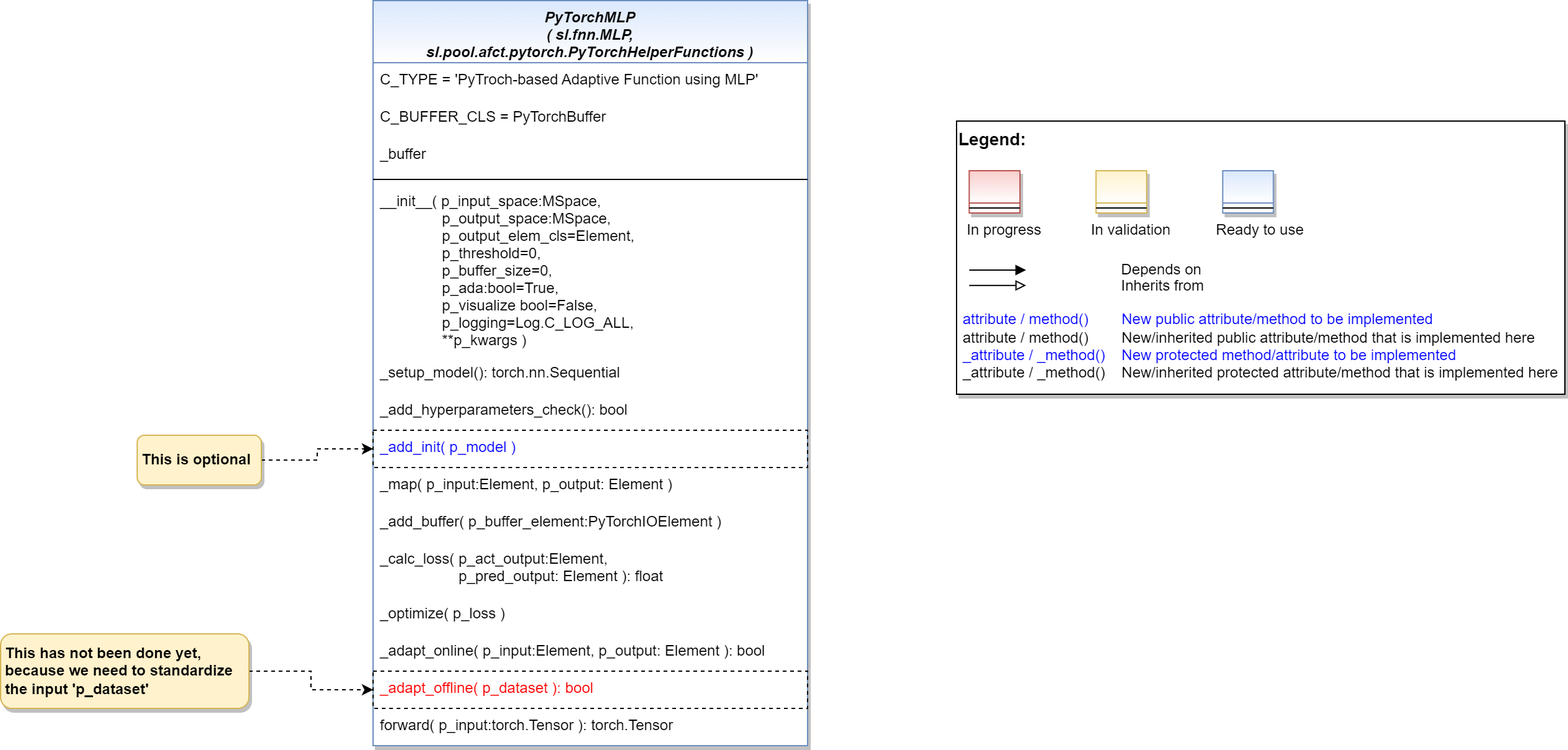
The draw.io diagram doc/rtd/content/04_appendices/appendix2/sub/pool/mlpro_sl/afct/images/MLPro-SL-pool-afct-fnn-pytorch_class_diagram.drawio.png in fhswf/MLPro, before a commit. Source tidied: cells renumbered, new cells last; positions are measured from the earlier drawing's top-left corner, leaving out a move shared by most shapes. Source of this version:
```xml
<mxGraphModel>
  <root>
    <mxCell id="0" />
    <mxCell id="1" parent="0" />
    <mxCell id="2" style="group;" parent="1" vertex="1">
      <mxGeometry x="770" y="97" width="490" height="220" as="geometry" />
    </mxCell>
    <mxCell id="3" value="&lt;font color=&quot;#000000&quot; size=&quot;1&quot;&gt;&lt;b style=&quot;font-size: 14px&quot;&gt;Legend:&lt;br&gt;&lt;/b&gt;&lt;/font&gt;&lt;br&gt;&lt;br&gt;&lt;br&gt;&lt;font color=&quot;#0000ff&quot; style=&quot;font-size: 6px&quot;&gt;&lt;br&gt;&lt;/font&gt;&lt;span style=&quot;color: rgb(0 , 0 , 0)&quot;&gt;&lt;font style=&quot;font-size: 4px&quot;&gt;&amp;nbsp; &amp;nbsp;&lt;/font&gt;&amp;nbsp;In progress&amp;nbsp; &amp;nbsp; &amp;nbsp; &amp;nbsp; &amp;nbsp; &amp;nbsp; In validation&amp;nbsp; &amp;nbsp; &amp;nbsp; &amp;nbsp; &amp;nbsp; &amp;nbsp;Ready to use&lt;/span&gt;&lt;font color=&quot;#000000&quot;&gt;&amp;nbsp;&lt;br&gt;&lt;/font&gt;&lt;font color=&quot;#0000ff&quot;&gt;&lt;br&gt;&lt;br&gt;&lt;br&gt;&lt;br&gt;&amp;nbsp;attribute / method()&amp;nbsp; &amp;nbsp; &amp;nbsp; &amp;nbsp; New public attribute/method to be implemented&lt;/font&gt;&lt;br&gt;&lt;font color=&quot;#000000&quot;&gt;&amp;nbsp;&lt;/font&gt;&lt;font color=&quot;#000000&quot;&gt;attribute / method()&lt;span&gt;&#9;&lt;/span&gt;&amp;nbsp; &amp;nbsp; &amp;nbsp; &amp;nbsp;New/inherited public attribute/method that is implemented here&lt;br&gt;&lt;/font&gt;&lt;font color=&quot;#0000ff&quot;&gt;&amp;nbsp;_attribute /&amp;nbsp;&lt;/font&gt;&lt;font color=&quot;#0000ff&quot;&gt;_method()&amp;nbsp; &amp;nbsp; New protected method/attribute to be implemented&lt;/font&gt;&lt;br&gt;&lt;font color=&quot;#000000&quot;&gt;&amp;nbsp;_attribute / _method()&amp;nbsp; &amp;nbsp; New/inherited protected attribute/method that is implemented here&lt;br&gt;&lt;/font&gt;&lt;font color=&quot;#000000&quot;&gt;&lt;br&gt;&lt;br&gt;&lt;br&gt;&lt;br&gt;&lt;br&gt;&lt;/font&gt;" style="text;html=1;align=left;verticalAlign=top;whiteSpace=wrap;rounded=0;fontColor=#006600;strokeColor=#000000;shadow=1;fillColor=#ffffff;" parent="2" vertex="1">
      <mxGeometry width="490" height="220" as="geometry" />
    </mxCell>
    <mxCell id="4" value="Depends on" style="endArrow=block;html=1;labelPosition=right;verticalLabelPosition=middle;align=left;verticalAlign=middle;endFill=1;fontSize=12;" parent="2" edge="1">
      <mxGeometry x="-1623.1" y="-2180" as="geometry">
        <mxPoint x="10.2" y="120" as="sourcePoint" />
        <mxPoint x="56" y="120" as="targetPoint" />
        <Array as="points">
          <mxPoint x="30.6" y="120" />
        </Array>
        <mxPoint x="98" as="offset" />
      </mxGeometry>
    </mxCell>
    <mxCell id="5" value="Inherits from" style="endArrow=block;html=1;labelPosition=right;verticalLabelPosition=middle;align=left;verticalAlign=middle;endFill=0;fontSize=12;" parent="2" edge="1">
      <mxGeometry x="-1623.1" y="-2180" as="geometry">
        <mxPoint x="10.2" y="132.4" as="sourcePoint" />
        <mxPoint x="56" y="132.4" as="targetPoint" />
        <mxPoint x="98" y="1" as="offset" />
      </mxGeometry>
    </mxCell>
    <mxCell id="6" style="swimlane;fontStyle=3;align=center;verticalAlign=top;horizontal=1;startSize=26;rounded=0;shadow=1;strokeWidth=1;fillColor=#f8cecc;strokeColor=#b85450;gradientColor=#ffffff;swimlaneFillColor=#ffffff;" parent="2" vertex="1">
      <mxGeometry x="10.2" y="40" width="40.8" height="34" as="geometry" />
    </mxCell>
    <mxCell id="7" style="line;html=1;strokeWidth=1;align=left;verticalAlign=middle;spacingTop=-1;spacingLeft=3;spacingRight=3;labelPosition=right;" parent="6" vertex="1">
      <mxGeometry y="26" width="40.8" height="8" as="geometry" />
    </mxCell>
    <mxCell id="8" style="swimlane;fontStyle=3;align=center;verticalAlign=top;horizontal=1;startSize=26;rounded=0;shadow=1;strokeWidth=1;fillColor=#fff2cc;strokeColor=#d6b656;gradientColor=#ffffff;swimlaneFillColor=#ffffff;" parent="2" vertex="1">
      <mxGeometry x="112.3" y="40" width="40.8" height="34" as="geometry" />
    </mxCell>
    <mxCell id="9" style="line;html=1;strokeWidth=1;align=left;verticalAlign=middle;spacingTop=-1;spacingLeft=3;spacingRight=3;labelPosition=right;" parent="8" vertex="1">
      <mxGeometry y="26" width="40.8" height="8" as="geometry" />
    </mxCell>
    <mxCell id="10" style="swimlane;fontStyle=3;align=center;verticalAlign=top;horizontal=1;startSize=26;rounded=0;shadow=1;strokeWidth=1;fillColor=#dae8fc;strokeColor=#6c8ebf;gradientColor=#ffffff;swimlaneFillColor=#ffffff;" parent="2" vertex="1">
      <mxGeometry x="214.4" y="40" width="40.8" height="34" as="geometry" />
    </mxCell>
    <mxCell id="11" style="line;html=1;strokeWidth=1;align=left;verticalAlign=middle;spacingTop=-1;spacingLeft=3;spacingRight=3;labelPosition=right;" parent="10" vertex="1">
      <mxGeometry y="26" width="40.8" height="8" as="geometry" />
    </mxCell>
    <mxCell id="12" value="PyTorchMLP&#10;( sl.fnn.MLP,&#10;sl.pool.afct.pytorch.PyTorchHelperFunctions )" style="swimlane;fontStyle=3;align=center;verticalAlign=top;horizontal=1;startSize=50;rounded=0;shadow=1;strokeWidth=1;fillColor=#dae8fc;strokeColor=#6c8ebf;swimlaneFillColor=#ffffff;gradientColor=#FFFFFF;" parent="1" vertex="1">
      <mxGeometry x="300" width="350" height="600" as="geometry" />
    </mxCell>
    <mxCell id="13" value="C_TYPE = 'PyTroch-based Adaptive Function using MLP'" style="text;align=left;verticalAlign=top;spacingLeft=4;spacingRight=4;overflow=hidden;fontColor=#000000;" parent="12" vertex="1">
      <mxGeometry y="50" width="350" height="30" as="geometry" />
    </mxCell>
    <mxCell id="14" value="C_BUFFER_CLS = PyTorchBuffer" style="text;align=left;verticalAlign=top;spacingLeft=4;spacingRight=4;overflow=hidden;fontColor=#000000;" parent="12" vertex="1">
      <mxGeometry y="80" width="350" height="30" as="geometry" />
    </mxCell>
    <mxCell id="15" value="_buffer" style="text;align=left;verticalAlign=top;spacingLeft=4;spacingRight=4;overflow=hidden;fontColor=#000000;" parent="12" vertex="1">
      <mxGeometry y="110" width="350" height="30" as="geometry" />
    </mxCell>
    <mxCell id="16" style="line;html=1;strokeWidth=1;align=left;verticalAlign=middle;spacingTop=-1;spacingLeft=3;spacingRight=3;labelPosition=right;" parent="12" vertex="1">
      <mxGeometry y="140" width="350" height="8" as="geometry" />
    </mxCell>
    <mxCell id="17" value="__init__( p_input_space:MSpace,&#10;               p_output_space:MSpace,&#10;               p_output_elem_cls=Element,&#10;               p_threshold=0,&#10;               p_buffer_size=0,&#10;               p_ada:bool=True, &#10;               p_visualize bool=False,&#10;               p_logging=Log.C_LOG_ALL,&#10;               **p_kwargs )" style="text;align=left;verticalAlign=top;spacingLeft=4;spacingRight=4;overflow=hidden;" parent="12" vertex="1">
      <mxGeometry y="148" width="350" height="138" as="geometry" />
    </mxCell>
    <mxCell id="18" value="_setup_model(): torch.nn.Sequential" style="text;align=left;verticalAlign=top;spacingLeft=4;spacingRight=4;overflow=hidden;fontColor=#000000;" parent="12" vertex="1">
      <mxGeometry y="286" width="350" height="30" as="geometry" />
    </mxCell>
    <mxCell id="19" value="_add_hyperparameters_check(): bool" style="text;align=left;verticalAlign=top;spacingLeft=4;spacingRight=4;overflow=hidden;fontColor=#000000;" parent="12" vertex="1">
      <mxGeometry y="316" width="350" height="30" as="geometry" />
    </mxCell>
    <mxCell id="20" value="_add_init( p_model )" style="text;align=left;verticalAlign=top;spacingLeft=4;spacingRight=4;overflow=hidden;points=[[0,0.5],[1,0.5]];portConstraint=eastwest;fontColor=#0000FF;strokeColor=default;dashed=1;" parent="12" vertex="1">
      <mxGeometry y="346" width="350" height="30" as="geometry" />
    </mxCell>
    <mxCell id="21" value="_map( p_input:Element, p_output: Element )" style="text;align=left;verticalAlign=top;spacingLeft=4;spacingRight=4;overflow=hidden;fontColor=#000000;" parent="12" vertex="1">
      <mxGeometry y="376" width="350" height="30" as="geometry" />
    </mxCell>
    <mxCell id="22" value="_add_buffer( p_buffer_element:PyTorchIOElement )" style="text;align=left;verticalAlign=top;spacingLeft=4;spacingRight=4;overflow=hidden;fontColor=#000000;" parent="12" vertex="1">
      <mxGeometry y="406" width="350" height="30" as="geometry" />
    </mxCell>
    <mxCell id="23" value="_calc_loss( p_act_output:Element,&#10;                   p_pred_output: Element ): float" style="text;align=left;verticalAlign=top;spacingLeft=4;spacingRight=4;overflow=hidden;fontColor=#000000;" parent="12" vertex="1">
      <mxGeometry y="436" width="350" height="44" as="geometry" />
    </mxCell>
    <mxCell id="24" value="_optimize( p_loss )" style="text;align=left;verticalAlign=top;spacingLeft=4;spacingRight=4;overflow=hidden;fontColor=#000000;" parent="12" vertex="1">
      <mxGeometry y="480" width="350" height="30" as="geometry" />
    </mxCell>
    <mxCell id="25" value="_adapt_online( p_input:Element, p_output: Element ): bool" style="text;align=left;verticalAlign=top;spacingLeft=4;spacingRight=4;overflow=hidden;fontColor=#000000;" parent="12" vertex="1">
      <mxGeometry y="510" width="350" height="30" as="geometry" />
    </mxCell>
    <mxCell id="26" value="_adapt_offline( p_dataset ): bool" style="text;align=left;verticalAlign=top;spacingLeft=4;spacingRight=4;overflow=hidden;points=[[0,0.5],[1,0.5]];portConstraint=eastwest;fontColor=#FF0000;strokeColor=default;dashed=1;" parent="12" vertex="1">
      <mxGeometry y="540" width="350" height="30" as="geometry" />
    </mxCell>
    <mxCell id="27" value="forward( p_input:torch.Tensor ): torch.Tensor" style="text;align=left;verticalAlign=top;spacingLeft=4;spacingRight=4;overflow=hidden;fontColor=#000000;" parent="12" vertex="1">
      <mxGeometry y="570" width="350" height="30" as="geometry" />
    </mxCell>
    <mxCell id="28" style="edgeStyle=orthogonalEdgeStyle;rounded=0;jettySize=auto;html=1;exitX=1;exitY=0.5;exitDx=0;exitDy=0;entryX=0;entryY=0.5;entryDx=0;entryDy=0;fontColor=#0000FF;dashed=1;" parent="1" edge="1" source="29" target="20">
      <mxGeometry relative="1" as="geometry" />
    </mxCell>
    <mxCell id="29" value="This is optional" style="rounded=1;whiteSpace=wrap;html=1;fillColor=#fff2cc;strokeColor=#d6b656;shadow=1;fontStyle=1;align=left;spacingLeft=2;" parent="1" vertex="1">
      <mxGeometry x="110" y="350" width="100" height="40" as="geometry" />
    </mxCell>
    <mxCell id="30" style="edgeStyle=orthogonalEdgeStyle;rounded=0;jettySize=auto;html=1;exitX=1;exitY=0.5;exitDx=0;exitDy=0;entryX=0;entryY=0.5;entryDx=0;entryDy=0;dashed=1;fontColor=#FF0000;" parent="1" edge="1" source="31" target="26">
      <mxGeometry relative="1" as="geometry" />
    </mxCell>
    <mxCell id="31" value="This has not been done yet, because we need to standardize the input 'p_dataset'" style="rounded=1;whiteSpace=wrap;html=1;fillColor=#fff2cc;strokeColor=#d6b656;shadow=1;fontStyle=1;align=left;spacingLeft=2;" parent="1" vertex="1">
      <mxGeometry y="510" width="200" height="60" as="geometry" />
    </mxCell>
  </root>
</mxGraphModel>
```
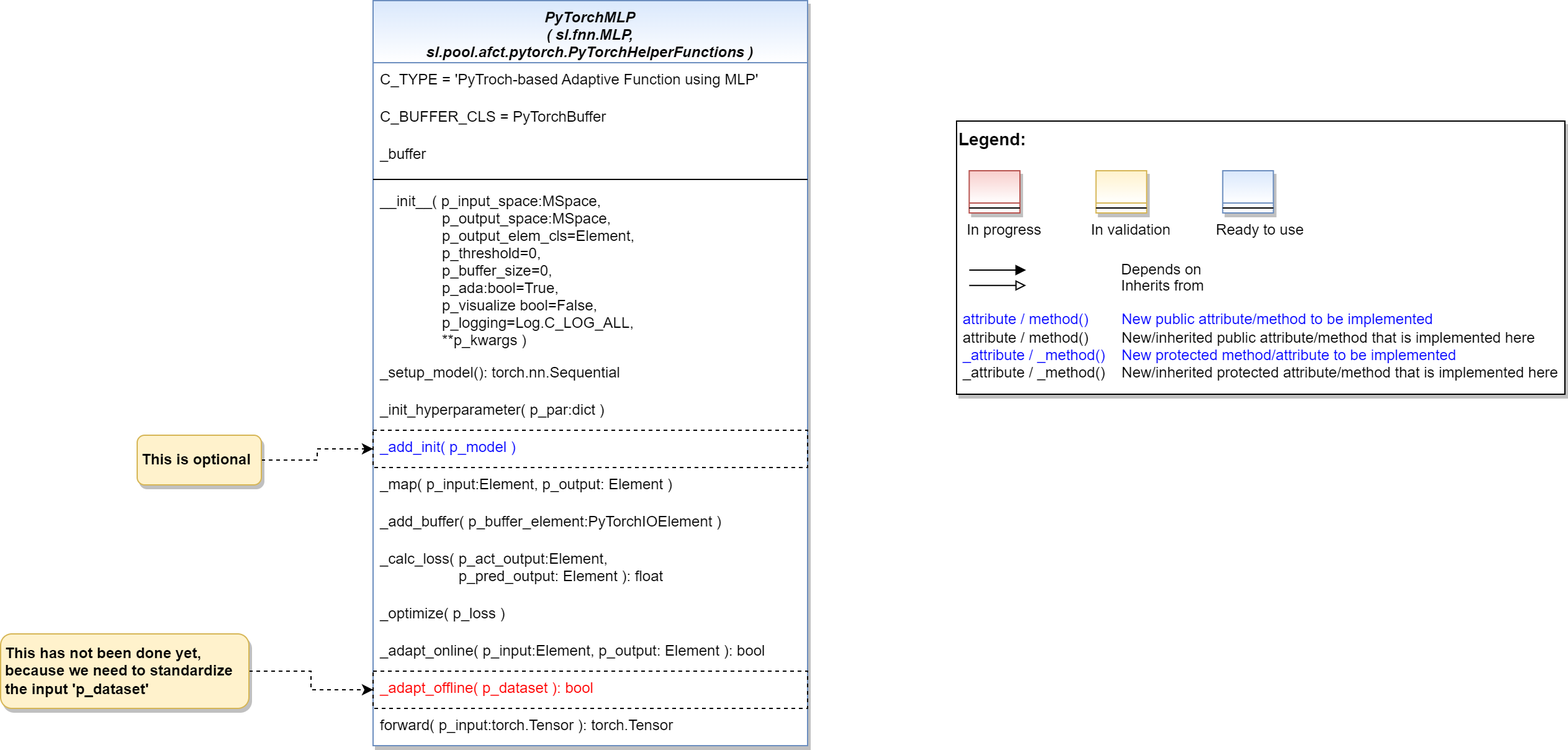
Above is the later version.

Commit message:
updating class diagram MLPro-SL

Change to the diagram source:
```diff
@@ -64,7 +64,7 @@
     <mxCell id="18" value="_setup_model(): torch.nn.Sequential" style="text;align=left;verticalAlign=top;spacingLeft=4;spacingRight=4;overflow=hidden;fontColor=#000000;" parent="12" vertex="1">
       <mxGeometry y="286" width="350" height="30" as="geometry" />
     </mxCell>
-    <mxCell id="19" value="_add_hyperparameters_check(): bool" style="text;align=left;verticalAlign=top;spacingLeft=4;spacingRight=4;overflow=hidden;fontColor=#000000;" parent="12" vertex="1">
+    <mxCell id="19" value="_init_hyperparameter( p_par:dict )" style="text;align=left;verticalAlign=top;spacingLeft=4;spacingRight=4;overflow=hidden;fontColor=#000000;" parent="12" vertex="1">
       <mxGeometry y="316" width="350" height="30" as="geometry" />
     </mxCell>
     <mxCell id="20" value="_add_init( p_model )" style="text;align=left;verticalAlign=top;spacingLeft=4;spacingRight=4;overflow=hidden;points=[[0,0.5],[1,0.5]];portConstraint=eastwest;fontColor=#0000FF;strokeColor=default;dashed=1;" parent="12" vertex="1">
```
